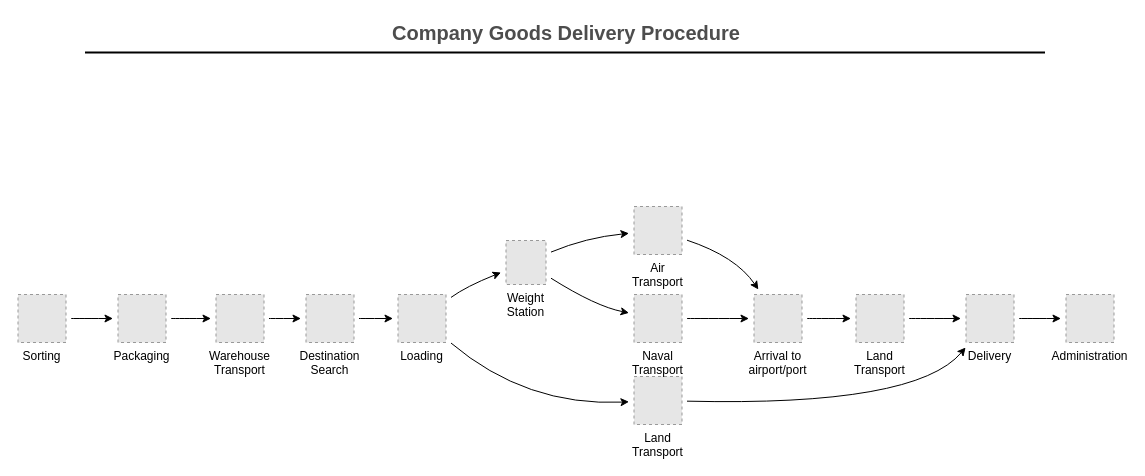
Above: files/Untitled Diagram.drawio in roshpr/mydiagrams (draw.io), before the change. Source tidied: cells renumbered, new cells numbered last; positions are measured from the earlier drawing's top-left corner, leaving out a move shared by most shapes. Both pictures are drawn from the tidied source at 100%, with x=0, y=0 at pixel (17, 17). Pictures stored in the file or linked from it are replaced by grey dashed boxes.
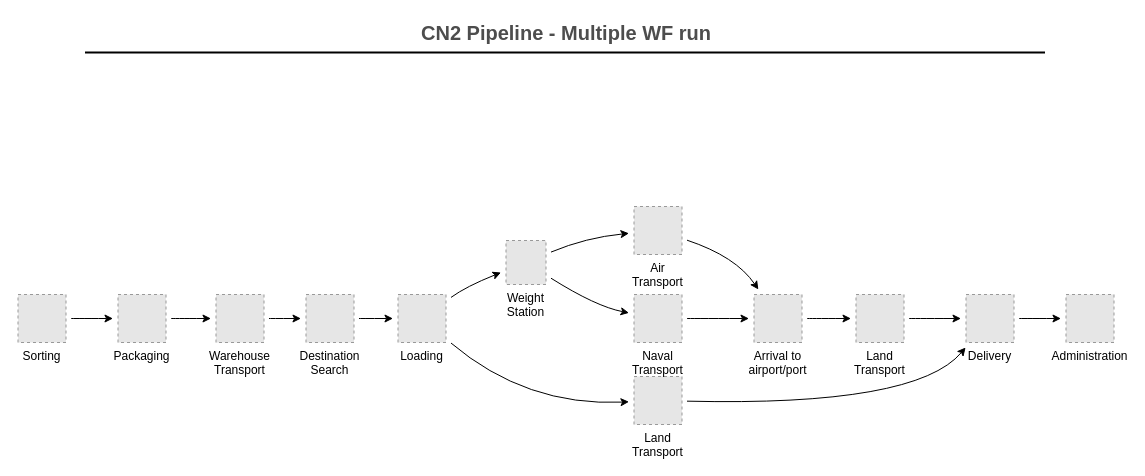
Above is the later version.

What changed in the source:
```diff
@@
-    <mxCell id="29" value="Company Goods Delivery Procedure" style="text;html=1;strokeColor=none;fillColor=none;align=center;verticalAlign=middle;whiteSpace=wrap;rounded=0;fontStyle=1;fontSize=20;fontColor=#4D4D4D;" parent="1" vertex="1">
+    <mxCell id="29" value="CN2 Pipeline - Multiple WF run" style="text;html=1;strokeColor=none;fillColor=none;align=center;verticalAlign=middle;whiteSpace=wrap;rounded=0;fontStyle=1;fontSize=20;fontColor=#4D4D4D;" parent="1" vertex="1">
       <mxGeometry x="153.5" width="790" height="30" as="geometry" />
     </mxCell>
```
